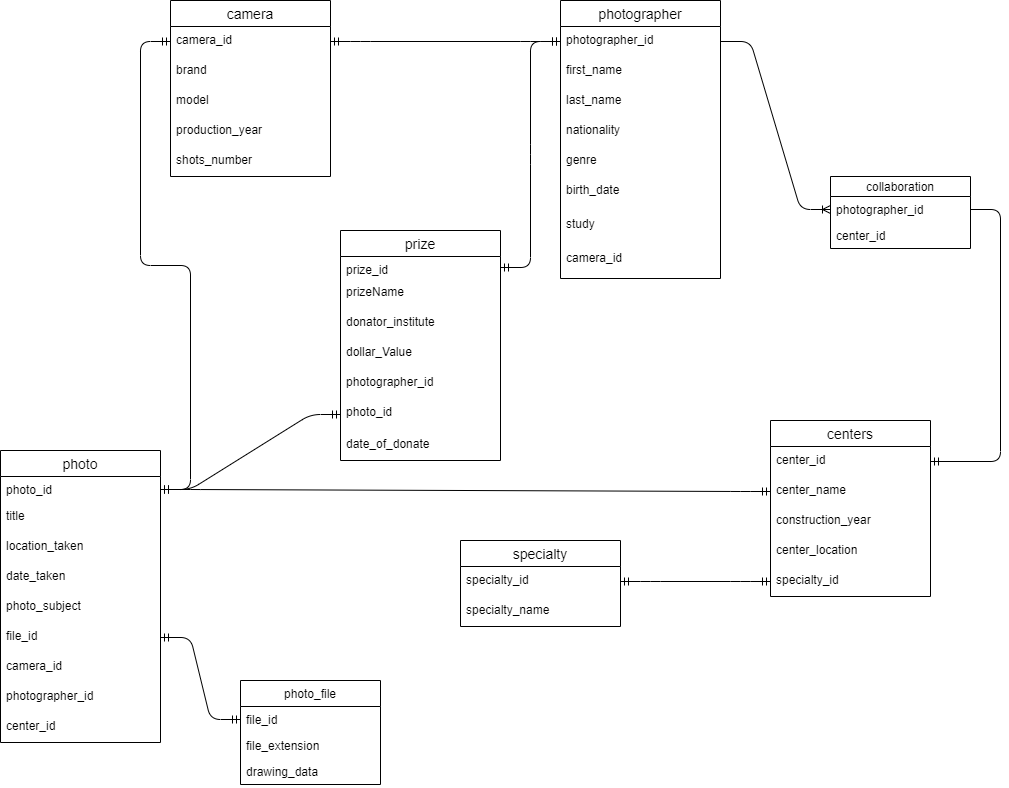
sepideh2020/ERD keeps this draw.io diagram as photography.png. Above is the earlier version. Source tidied: cells renumbered, new cells last; positions are measured from the earlier drawing's top-left corner, leaving out a move shared by most shapes.
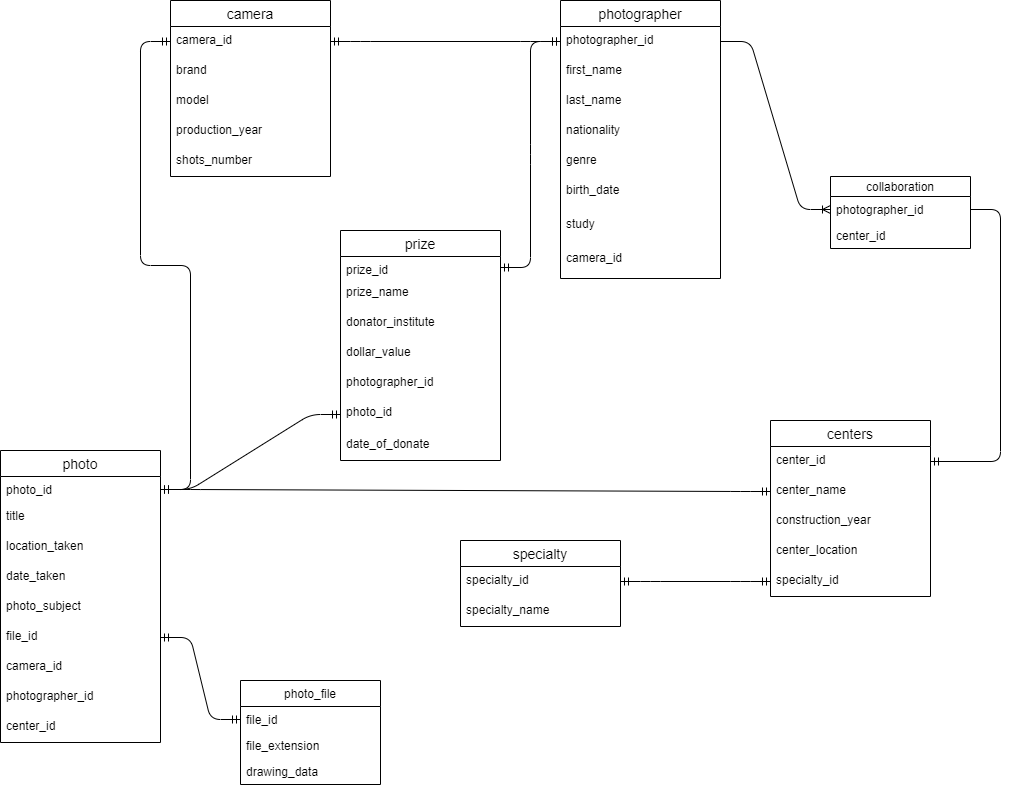
The same diagram one commit later.

The edit, as a diff of the source:
```diff
@@ -101,13 +101,13 @@
     <mxCell id="34" value="prize_id" style="text;strokeColor=none;fillColor=none;spacingLeft=4;spacingRight=4;overflow=hidden;points=[[0,0.5],[1,0.5]];portConstraint=eastwest;fontSize=12;" parent="33" vertex="1">
       <mxGeometry y="26" width="160" height="22" as="geometry" />
     </mxCell>
-    <mxCell id="35" value="prizeName" style="text;strokeColor=none;fillColor=none;spacingLeft=4;spacingRight=4;overflow=hidden;fontSize=12;" parent="33" vertex="1">
+    <mxCell id="35" value="prize_name" style="text;strokeColor=none;fillColor=none;spacingLeft=4;spacingRight=4;overflow=hidden;fontSize=12;" parent="33" vertex="1">
       <mxGeometry y="48" width="160" height="30" as="geometry" />
     </mxCell>
     <mxCell id="36" value="donator_institute" style="text;strokeColor=none;fillColor=none;spacingLeft=4;spacingRight=4;overflow=hidden;fontSize=12;" parent="33" vertex="1">
       <mxGeometry y="78" width="160" height="30" as="geometry" />
     </mxCell>
-    <mxCell id="37" value="dollar_Value" style="text;strokeColor=none;fillColor=none;spacingLeft=4;spacingRight=4;overflow=hidden;fontSize=12;" parent="33" vertex="1">
+    <mxCell id="37" value="dollar_value" style="text;strokeColor=none;fillColor=none;spacingLeft=4;spacingRight=4;overflow=hidden;fontSize=12;" parent="33" vertex="1">
       <mxGeometry y="108" width="160" height="30" as="geometry" />
     </mxCell>
     <mxCell id="38" value="photographer_id" style="text;strokeColor=none;fillColor=none;spacingLeft=4;spacingRight=4;overflow=hidden;fontSize=12;" parent="33" vertex="1">
```
